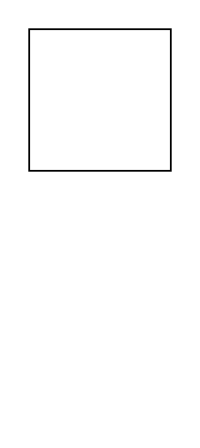
This is Diagrama sem nome.drawio from tuxbr/drawio, a draw.io file, before an edit. Source tidied: cells renumbered, new cells numbered last; positions are measured from the earlier drawing's top-left corner, leaving out a move shared by most shapes. Both pictures are drawn from the tidied source at 177%, with x=0, y=0 at pixel (28, 28).
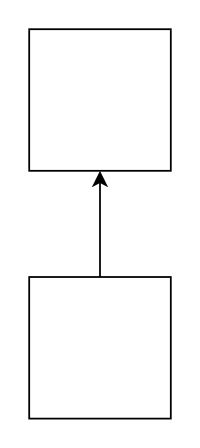
The same diagram, later.

The edit, as a diff of the source:
```diff
@@
 <mxGraphModel>
   <root>
     <mxCell id="0" />
     <mxCell id="1" parent="0" />
     <mxCell id="2" style="whiteSpace=wrap;html=1;" parent="1" vertex="1">
       <mxGeometry width="80" height="80" as="geometry" />
     </mxCell>
+    <mxCell id="3" style="edgeStyle=orthogonalEdgeStyle;rounded=0;jettySize=auto;html=1;" parent="1" edge="1" source="4" target="2">
+      <mxGeometry relative="1" as="geometry" />
+    </mxCell>
+    <mxCell id="4" style="whiteSpace=wrap;html=1;" parent="1" vertex="1">
+      <mxGeometry y="140" width="80" height="80" as="geometry" />
+    </mxCell>
   </root>
 </mxGraphModel>
```
